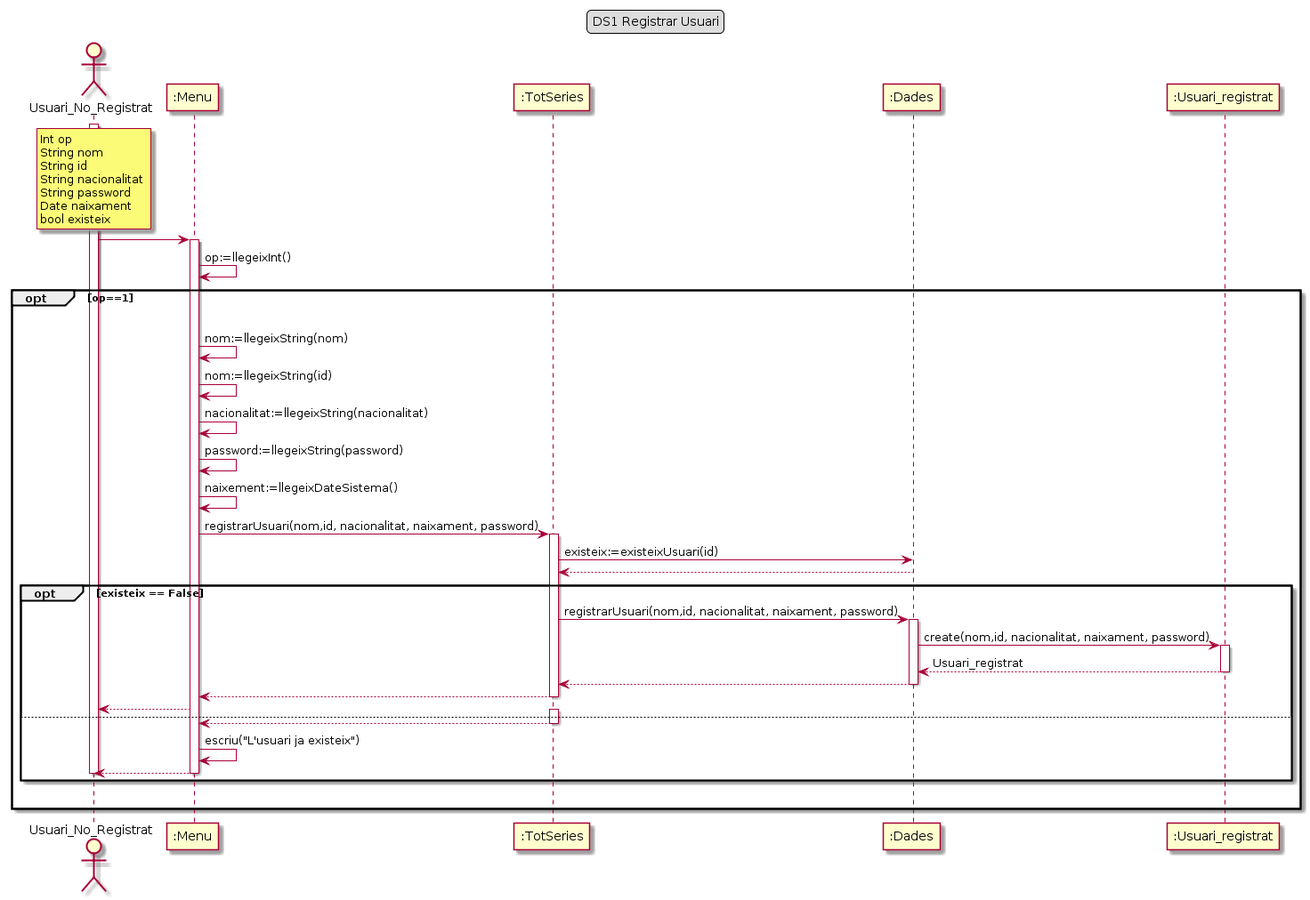
Before: Lab4/DS/DS1 RegistrarUser.png, a diagram exported from PlantUML (Ralleg314/DS).
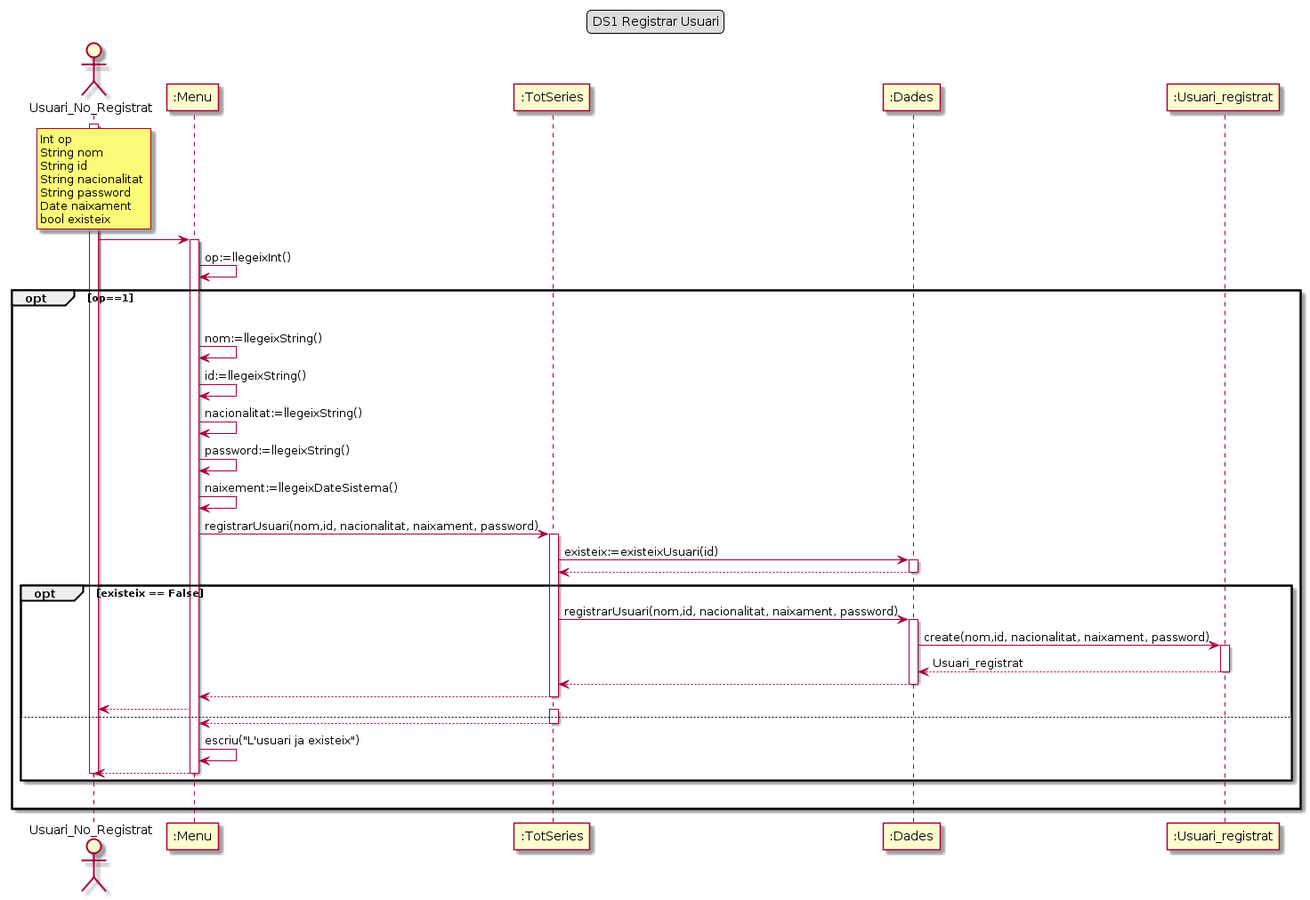
Later version of the same file.

What changed in the source:
```diff
@@ -25,17 +25,18 @@
 menu -> menu: op:=llegeixInt()
 opt op==1
     |||
-    menu -> menu: nom:=llegeixString(nom)
-    menu -> menu: nom:=llegeixString(id)
-    menu -> menu: nacionalitat:=llegeixString(nacionalitat)
-    menu -> menu: password:=llegeixString(password)
+    menu -> menu: nom:=llegeixString()
+    menu -> menu: id:=llegeixString()
+    menu -> menu: nacionalitat:=llegeixString()
+    menu -> menu: password:=llegeixString()
     menu -> menu: naixement:=llegeixDateSistema()
     menu -> TS: registrarUsuari(nom,id, nacionalitat, naixament, password)
     activate TS
 
     TS -> dades : existeix:=existeixUsuari(id)
+    activate dades
     dades ---> TS
-
+    deactivate dades
 
 
     opt existeix == False
```
